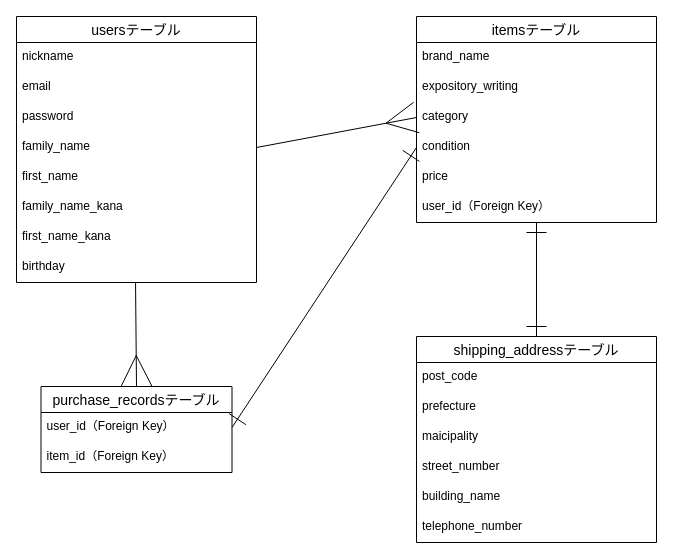
This is furimaDB.dio from yuusukeshann/furima-37597, a draw.io file, before an edit. Source tidied: cells renumbered, new cells numbered last; positions are measured from the earlier drawing's top-left corner, leaving out a move shared by most shapes. Both pictures are drawn from the tidied source at 100%, with x=0, y=0 at pixel (16, 16).
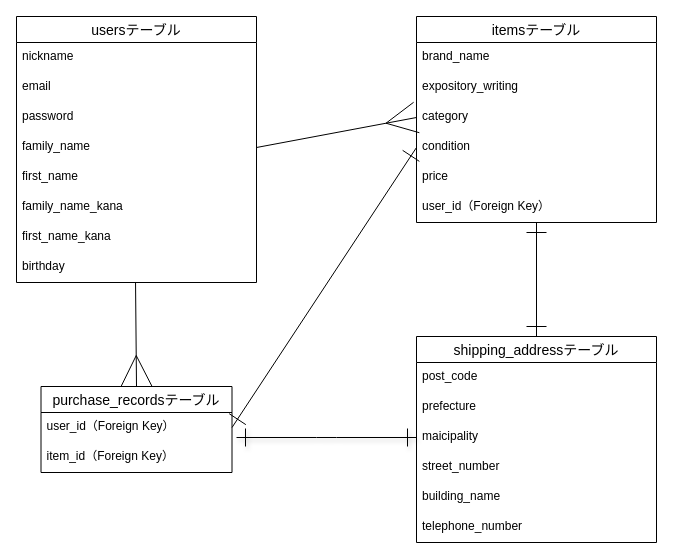
The same page after the edit.

Commit message (it also covers changes not shown here):
「修正」データベース設計

The change refers to these unchanged cells:
```xml
<mxCell id="26" value="maicipality" style="text;strokeColor=none;fillColor=none;spacingLeft=4;spacingRight=4;overflow=hidden;points=[[0,0.5],[1,0.5]];portConstraint=eastwest;fontSize=12;" parent="23" vertex="1">
  <mxGeometry y="86" width="240" height="30" as="geometry" />
</mxCell>
```

Diff of the diagram source:
```diff
@@
+    <mxCell id="32" style="edgeStyle=none;html=1;exitX=0;exitY=0.5;exitDx=0;exitDy=0;shadow=1;endArrow=ERone;endFill=0;startSize=16;startArrow=ERone;startFill=0;endSize=16;" parent="1" edge="1" source="26">
+      <mxGeometry relative="1" as="geometry">
+        <mxPoint x="220" y="421" as="targetPoint" />
+        <Array as="points">
+          <mxPoint x="310" y="421" />
+        </Array>
+      </mxGeometry>
+    </mxCell>
```
